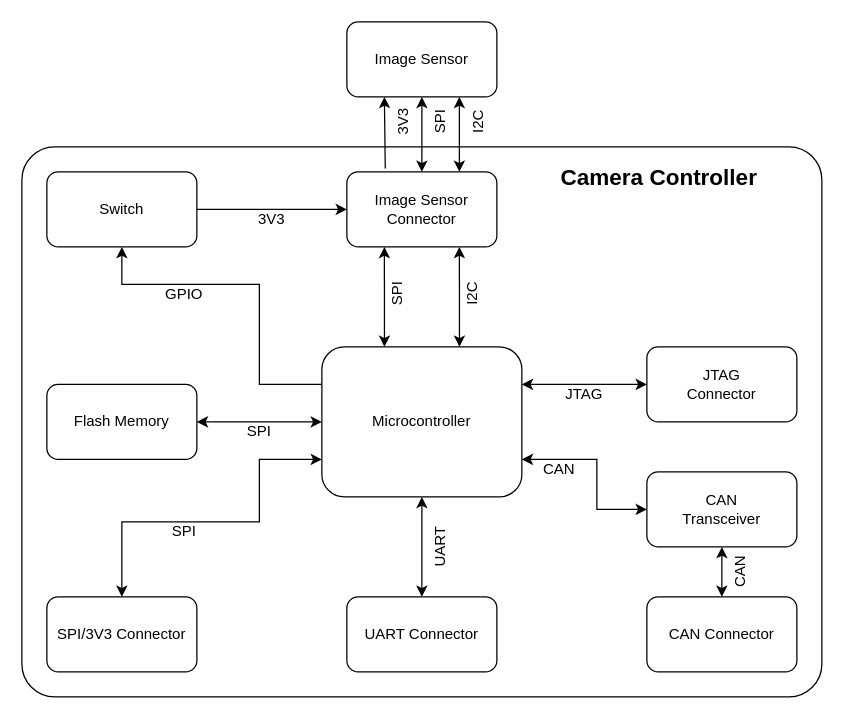
The draw.io diagram docs/figures/block-diagram.drawio in spacelab-ufsc/slcam, before the edit. Source tidied: cells renumbered, new cells numbered last; positions are measured from the earlier drawing's top-left corner, leaving out a move shared by most shapes. Both pictures are drawn from the tidied source at 125%, with x=0, y=0 at pixel (21, 21).
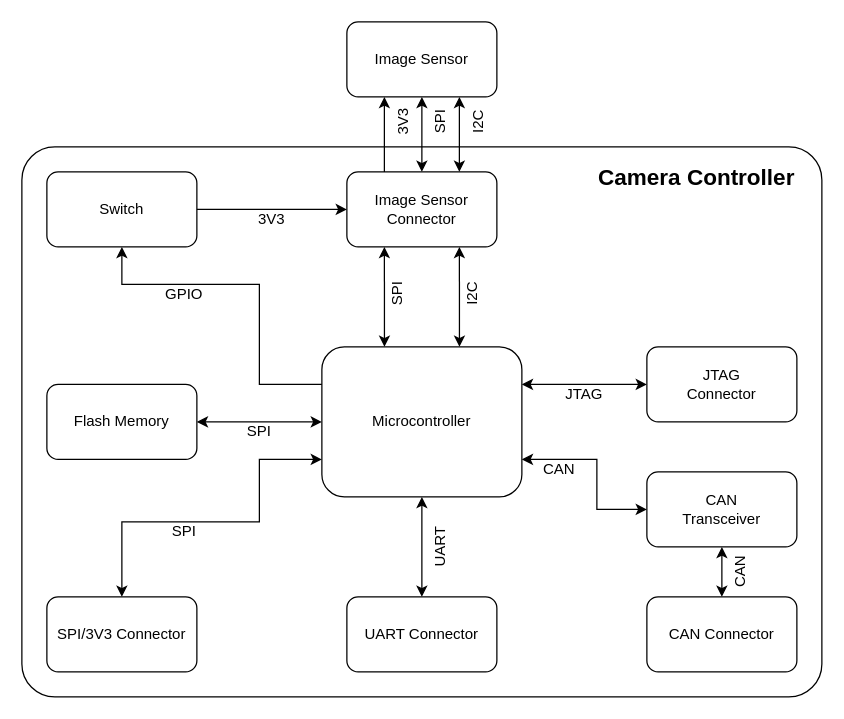
Above is the later version.

Commit message (it also covers changes not shown here):
hardware: Minor fixes in the block diagram and BOM

Unchanged cells that the change refers to:
```xml
<mxCell id="9" value="Image Sensor" style="rounded=1;whiteSpace=wrap;html=1;" parent="1" vertex="1">
  <mxGeometry x="260" width="120" height="60" as="geometry" />
</mxCell>
<mxCell id="10" value="Image Sensor&lt;br&gt;Connector" style="rounded=1;whiteSpace=wrap;html=1;" parent="1" vertex="1">
  <mxGeometry x="260" y="120" width="120" height="60" as="geometry" />
</mxCell>
```

Change to the diagram source:
```diff
@@
-    <mxCell id="30" style="endArrow=classic;html=1;rounded=0;exitX=0.256;exitY=-0.044;exitDx=0;exitDy=0;exitPerimeter=0;entryX=0.25;entryY=1;entryDx=0;entryDy=0;" parent="1" edge="1" source="10" target="9">
+    <mxCell id="30" style="endArrow=classic;html=1;rounded=0;entryX=0.25;entryY=1;entryDx=0;entryDy=0;exitX=0.25;exitY=0;exitDx=0;exitDy=0;" parent="1" edge="1" source="10" target="9">
       <mxGeometry relative="1" as="geometry" />
     </mxCell>
@@
     <mxCell id="39" value="Camera Controller" style="text;html=1;strokeColor=none;fillColor=none;align=center;verticalAlign=middle;whiteSpace=wrap;rounded=0;glass=0;fontSize=18;fontStyle=1;" parent="1" vertex="1">
-      <mxGeometry x="430" y="110" width="160" height="30" as="geometry" />
+      <mxGeometry x="460" y="110" width="160" height="30" as="geometry" />
     </mxCell>
```
